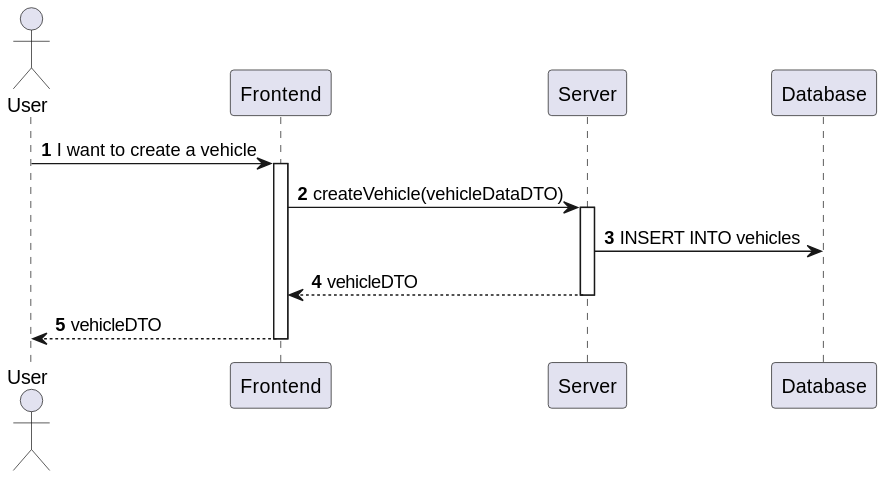
Earlier version of the PlantUML export docs/useCases/uc02_createVehicle/ssd_uc02_v1.svg (olivDiogo/lap-time-simulator). Its diagram source:
```plantuml
@startuml

autonumber

actor User
participant Frontend
participant Server
participant Database

User -> Frontend: I want to create a vehicle
activate Frontend

Frontend -> Server: createVehicle(vehicleDataDTO)
activate Server

Server -> Database: INSERT INTO vehicles

Server --> Frontend: vehicleDTO
deactivate Server

Frontend --> User: vehicleDTO
deactivate Frontend
@enduml
```
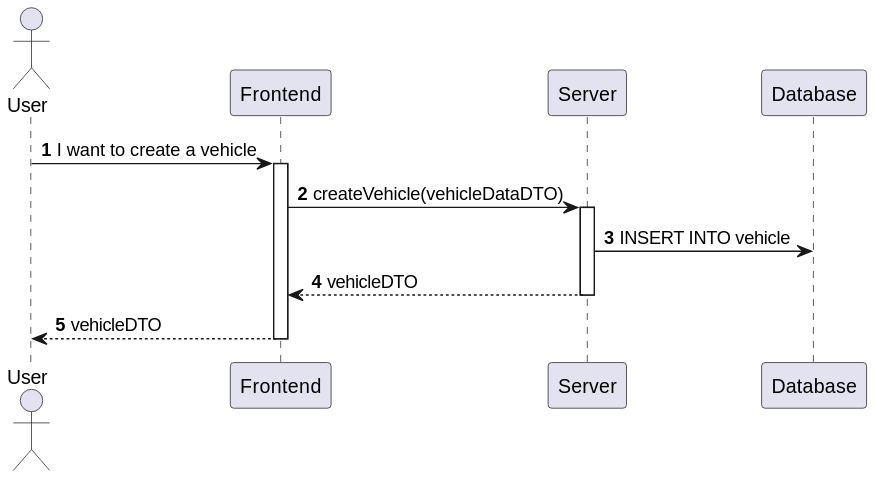
The same diagram one commit later.

Diff of the diagram source:
```diff
@@ -13,7 +13,7 @@
 Frontend -> Server: createVehicle(vehicleDataDTO)
 activate Server
 
-Server -> Database: INSERT INTO vehicles
+Server -> Database: INSERT INTO vehicle
 
 Server --> Frontend: vehicleDTO
 deactivate Server
```
